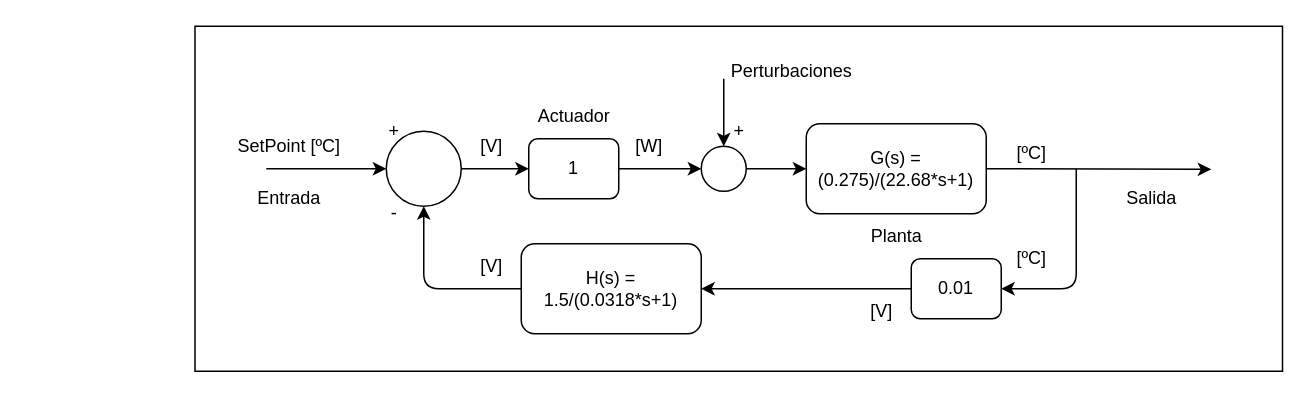
Above: Diagramas/FT.drawio in nicopinera/sistema_control_tp (draw.io), before the change. Source tidied: cells renumbered, new cells numbered last; positions are measured from the earlier drawing's top-left corner, leaving out a move shared by most shapes. Both pictures are drawn from the tidied source at 150%, with x=0, y=0 at pixel (194, 26).
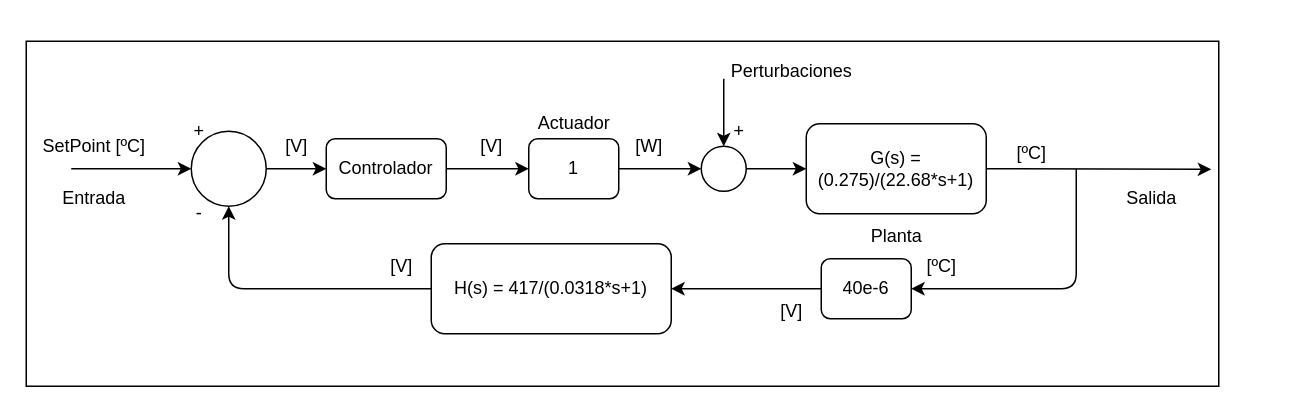
The same diagram, later.

Unchanged cells that the change refers to:
```xml
<mxCell id="6" value="1" style="rounded=1;whiteSpace=wrap;html=1;" parent="1" vertex="1">
  <mxGeometry x="223" y="75" width="60" height="40" as="geometry" />
</mxCell>
```

Change to the diagram source:
```diff
@@
     <mxCell id="2" style="whiteSpace=wrap;html=1;" parent="1" vertex="1">
-      <mxGeometry x="0.5" width="725" height="230" as="geometry" />
+      <mxGeometry x="-112" y="10" width="795" height="230" as="geometry" />
     </mxCell>
@@
     <mxCell id="8" style="edgeStyle=none;html=1;entryX=0.5;entryY=1;entryDx=0;entryDy=0;exitX=0;exitY=0.5;exitDx=0;exitDy=0;" parent="1" edge="1" source="31" target="11">
       <mxGeometry relative="1" as="geometry">
         <Array as="points">
-          <mxPoint x="153" y="175" />
+          <mxPoint x="23" y="175" />
         </Array>
       </mxGeometry>
     </mxCell>
@@
-    <mxCell id="10" value="0.01" style="rounded=1;whiteSpace=wrap;html=1;" parent="1" vertex="1">
-      <mxGeometry x="478" y="155" width="60" height="40" as="geometry" />
+    <mxCell id="10" value="40e-6" style="rounded=1;whiteSpace=wrap;html=1;" parent="1" vertex="1">
+      <mxGeometry x="418" y="155" width="60" height="40" as="geometry" />
     </mxCell>
+    <mxCell id="33" style="edgeStyle=none;html=1;exitX=1;exitY=0.5;exitDx=0;exitDy=0;entryX=0;entryY=0.5;entryDx=0;entryDy=0;" parent="1" edge="1" source="11" target="35">
+      <mxGeometry relative="1" as="geometry" />
+    </mxCell>
     <mxCell id="11" style="ellipse;whiteSpace=wrap;html=1;" parent="1" vertex="1">
-      <mxGeometry x="128" y="70" width="50" height="50" as="geometry" />
+      <mxGeometry x="-2" y="70" width="50" height="50" as="geometry" />
     </mxCell>
-    <mxCell id="12" style="edgeStyle=none;html=1;exitX=1;exitY=0.5;exitDx=0;exitDy=0;entryX=0;entryY=0.5;entryDx=0;entryDy=0;" parent="1" edge="1" source="11" target="6">
-      <mxGeometry relative="1" as="geometry" />
-    </mxCell>
@@
     <mxCell id="14" value="[ºC]" style="text;html=1;align=center;verticalAlign=middle;strokeColor=none;fillColor=none;" parent="1" vertex="1">
-      <mxGeometry x="538" y="140" width="40" height="30" as="geometry" />
+      <mxGeometry x="478" y="145" width="40" height="30" as="geometry" />
     </mxCell>
     <mxCell id="15" value="[V]" style="text;html=1;align=center;verticalAlign=middle;strokeColor=none;fillColor=none;" parent="1" vertex="1">
-      <mxGeometry x="438" y="175" width="40" height="30" as="geometry" />
+      <mxGeometry x="378" y="175" width="40" height="30" as="geometry" />
     </mxCell>
     <mxCell id="16" style="edgeStyle=none;jettySize=auto;html=1;entryX=0;entryY=0.5;entryDx=0;entryDy=0;" parent="1" edge="1" target="11">
       <mxGeometry relative="1" as="geometry">
-        <mxPoint x="48" y="95" as="sourcePoint" />
+        <mxPoint x="-82" y="95" as="sourcePoint" />
       </mxGeometry>
     </mxCell>
     <mxCell id="17" value="Entrada" style="text;html=1;align=center;verticalAlign=middle;strokeColor=none;fillColor=none;" parent="1" vertex="1">
-      <mxGeometry x="28" y="100" width="70" height="30" as="geometry" />
+      <mxGeometry x="-102" y="100" width="70" height="30" as="geometry" />
     </mxCell>
     <mxCell id="18" value="SetPoint [ºC]" style="text;html=1;align=center;verticalAlign=middle;strokeColor=none;fillColor=none;" parent="1" vertex="1">
-      <mxGeometry x="18" y="65" width="90" height="30" as="geometry" />
+      <mxGeometry x="-112" y="65" width="90" height="30" as="geometry" />
     </mxCell>
     <mxCell id="19" value="+" style="text;html=1;align=center;verticalAlign=middle;strokeColor=none;fillColor=none;" parent="1" vertex="1">
-      <mxGeometry x="118" y="55" width="30" height="30" as="geometry" />
+      <mxGeometry x="-12" y="55" width="30" height="30" as="geometry" />
     </mxCell>
     <mxCell id="20" value="-" style="text;html=1;align=center;verticalAlign=middle;strokeColor=none;fillColor=none;" parent="1" vertex="1">
-      <mxGeometry x="118" y="110" width="30" height="30" as="geometry" />
+      <mxGeometry x="-12" y="110" width="30" height="30" as="geometry" />
     </mxCell>
@@
     <mxCell id="30" value="Actuador" style="text;html=1;align=center;verticalAlign=middle;strokeColor=none;fillColor=none;" parent="1" vertex="1">
-      <mxGeometry x="218" y="45" width="70" height="30" as="geometry" />
+      <mxGeometry x="218" y="50" width="70" height="30" as="geometry" />
     </mxCell>
-    <mxCell id="31" value="H(s) = 1.5/(0.0318*s+1)" style="rounded=1;whiteSpace=wrap;html=1;" parent="1" vertex="1">
-      <mxGeometry x="218" y="145" width="120" height="60" as="geometry" />
+    <mxCell id="31" value="H(s) = 417/(0.0318*s+1)" style="rounded=1;whiteSpace=wrap;html=1;" parent="1" vertex="1">
+      <mxGeometry x="158" y="145" width="160" height="60" as="geometry" />
     </mxCell>
     <mxCell id="32" value="[V]" style="text;html=1;align=center;verticalAlign=middle;strokeColor=none;fillColor=none;" parent="1" vertex="1">
-      <mxGeometry x="178" y="145" width="40" height="30" as="geometry" />
+      <mxGeometry x="118" y="145" width="40" height="30" as="geometry" />
     </mxCell>
+    <mxCell id="34" style="edgeStyle=none;html=1;exitX=1;exitY=0.5;exitDx=0;exitDy=0;entryX=0;entryY=0.5;entryDx=0;entryDy=0;" parent="1" edge="1" source="35" target="6">
+      <mxGeometry relative="1" as="geometry" />
+    </mxCell>
+    <mxCell id="35" value="Controlador" style="rounded=1;whiteSpace=wrap;html=1;" parent="1" vertex="1">
+      <mxGeometry x="88" y="75" width="80" height="40" as="geometry" />
+    </mxCell>
+    <mxCell id="36" value="[V]" style="text;html=1;align=center;verticalAlign=middle;strokeColor=none;fillColor=none;" parent="1" vertex="1">
+      <mxGeometry x="48" y="65" width="40" height="30" as="geometry" />
+    </mxCell>
```
